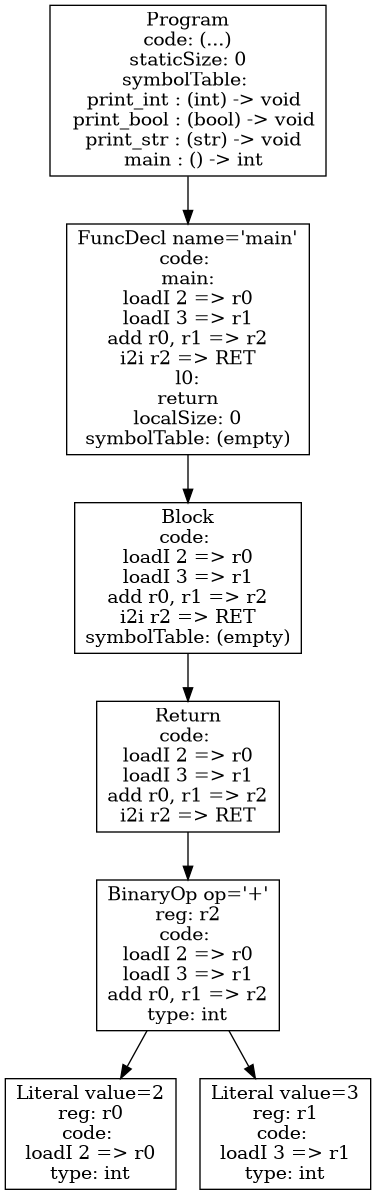
This is p4-codegen/iloc-tree.png from atrim11/CS432, a Graphviz export, as it was before one commit. Its source is kept beside it as p4-codegen/iloc-tree.dot.
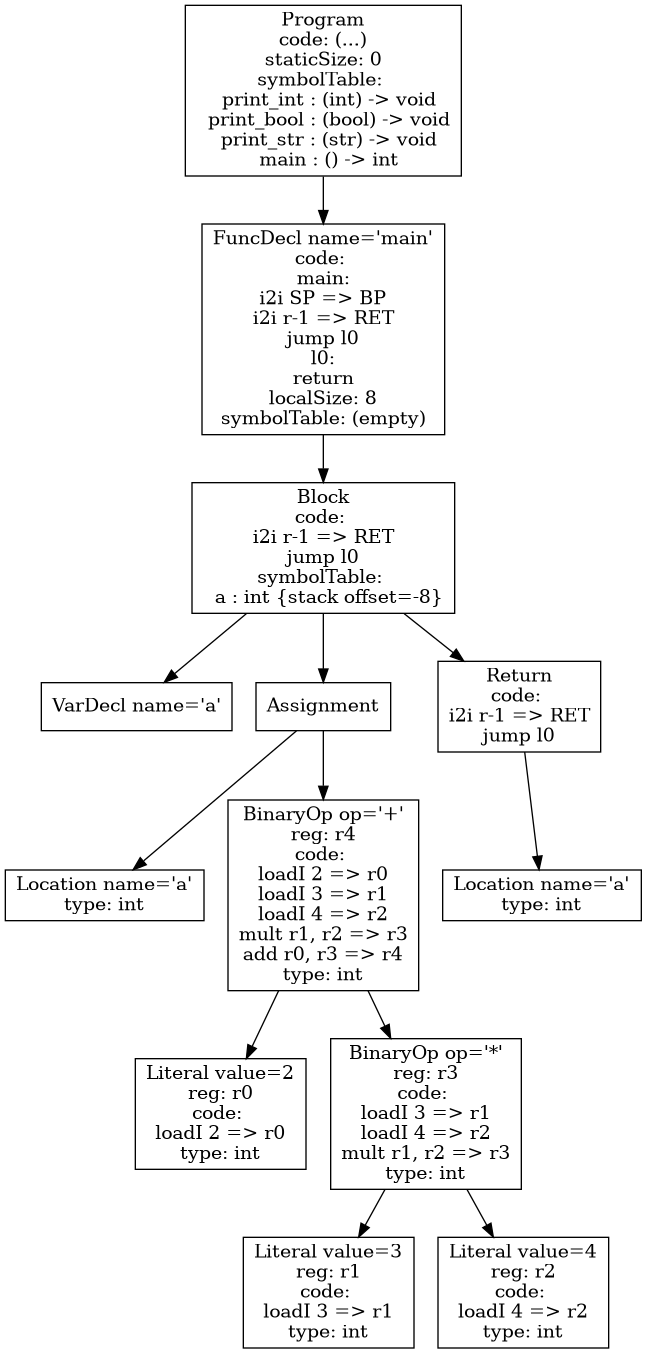
The same file after the commit.

Change to the diagram source:
```diff
@@ -1,14 +1,26 @@
 digraph AST {
-5 [shape=box, label="Literal value=2\nreg: r0\ncode: \nloadI 2 => r0\ntype: int"];
-6 [shape=box, label="Literal value=3\nreg: r1\ncode: \nloadI 3 => r1\ntype: int"];
-4 [shape=box, label="BinaryOp op='+'\nreg: r2\ncode: \nloadI 2 => r0\nloadI 3 => r1\nadd r0, r1 => r2\ntype: int"];
+3 [shape=box, label="VarDecl name='a'"];
+5 [shape=box, label="Location name='a'\ntype: int"];
+7 [shape=box, label="Literal value=2\nreg: r0\ncode: \nloadI 2 => r0\ntype: int"];
+9 [shape=box, label="Literal value=3\nreg: r1\ncode: \nloadI 3 => r1\ntype: int"];
+10 [shape=box, label="Literal value=4\nreg: r2\ncode: \nloadI 4 => r2\ntype: int"];
+8 [shape=box, label="BinaryOp op='*'\nreg: r3\ncode: \nloadI 3 => r1\nloadI 4 => r2\nmult r1, r2 => r3\ntype: int"];
+8 -> 9;
+8 -> 10;
+6 [shape=box, label="BinaryOp op='+'\nreg: r4\ncode: \nloadI 2 => r0\nloadI 3 => r1\nloadI 4 => r2\nmult r1, r2 => r3\nadd r0, r3 => r4\ntype: int"];
+6 -> 7;
+6 -> 8;
+4 [shape=box, label="Assignment"];
 4 -> 5;
 4 -> 6;
-3 [shape=box, label="Return\ncode: \nloadI 2 => r0\nloadI 3 => r1\nadd r0, r1 => r2\ni2i r2 => RET"];
-3 -> 4;
-2 [shape=box, label="Block\ncode: \nloadI 2 => r0\nloadI 3 => r1\nadd r0, r1 => r2\ni2i r2 => RET\nsymbolTable: (empty)"];
+12 [shape=box, label="Location name='a'\ntype: int"];
+11 [shape=box, label="Return\ncode: \ni2i r-1 => RET\njump l0"];
+11 -> 12;
+2 [shape=box, label="Block\ncode: \ni2i r-1 => RET\njump l0\nsymbolTable: \n  a : int {stack offset=-8}"];
 2 -> 3;
-1 [shape=box, label="FuncDecl name='main'\ncode: \nmain:\nloadI 2 => r0\nloadI 3 => r1\nadd r0, r1 => r2\ni2i r2 => RET\nl0:\nreturn\nlocalSize: 0\nsymbolTable: (empty)"];
+2 -> 4;
+2 -> 11;
+1 [shape=box, label="FuncDecl name='main'\ncode: \nmain:\ni2i SP => BP\ni2i r-1 => RET\njump l0\nl0:\nreturn\nlocalSize: 8\nsymbolTable: (empty)"];
 1 -> 2;
 0 [shape=box, label="Program\ncode: (...)\nstaticSize: 0\nsymbolTable: \n  print_int : (int) -> void\n  print_bool : (bool) -> void\n  print_str : (str) -> void\n  main : () -> int"];
 0 -> 1;
```
